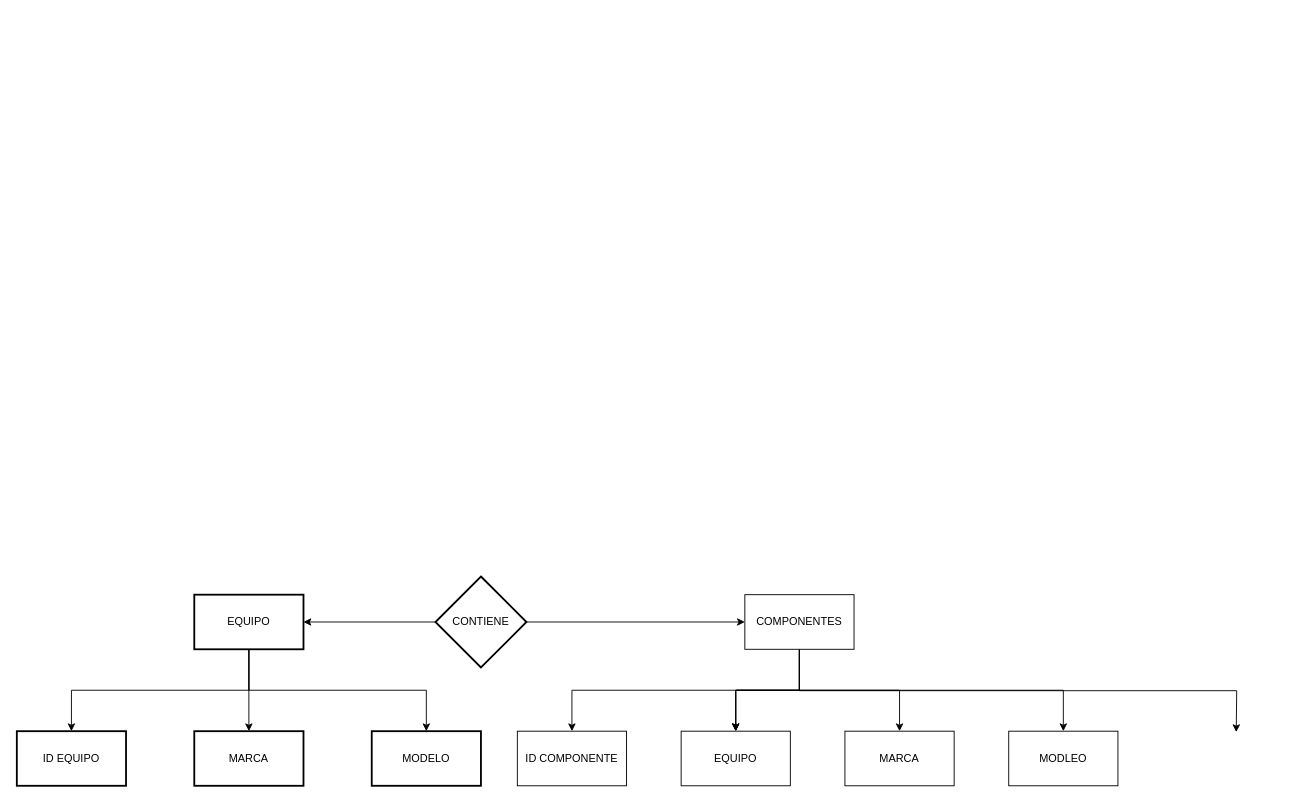
Before: Diagrama sin gg.drawio in igimenom/castores, a draw.io diagram. Source tidied: cells renumbered, new cells numbered last; positions are measured from the earlier drawing's top-left corner, leaving out a move shared by most shapes. Both pictures are drawn from the tidied source at 91%, with x=0, y=0 at pixel (16, 576).
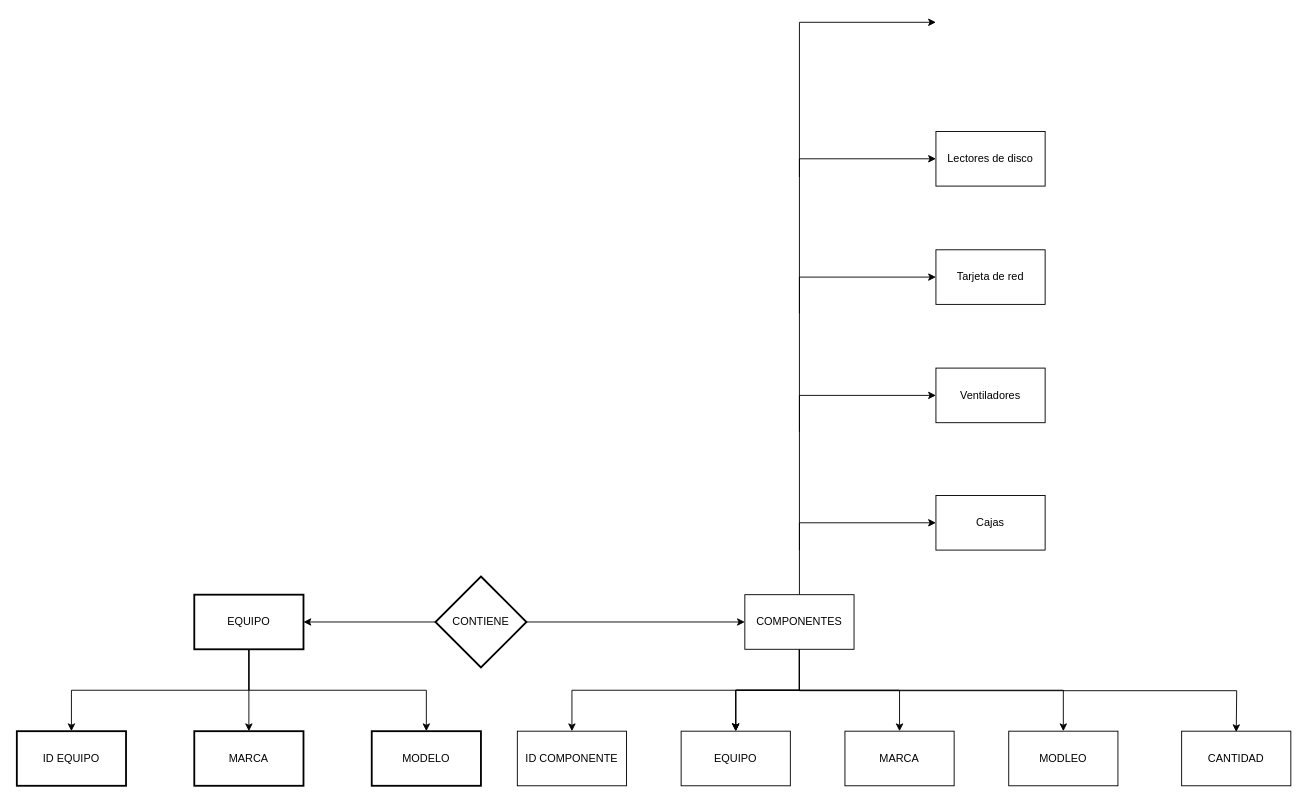
After the change.

The change refers to these unchanged cells:
```xml
<mxCell id="12" value="COMPONENTES" style="rounded=0;whiteSpace=wrap;html=1;" parent="1" vertex="1">
  <mxGeometry x="800" y="20" width="120" height="60" as="geometry" />
</mxCell>
```

Diff of the diagram source:
```diff
@@
+    <mxCell id="24" style="edgeStyle=orthogonalEdgeStyle;rounded=0;jettySize=auto;html=1;" parent="1" edge="1" source="12">
+      <mxGeometry relative="1" as="geometry">
+        <mxPoint x="1010" y="-59" as="targetPoint" />
+        <Array as="points">
+          <mxPoint x="860" y="-59" />
+        </Array>
+      </mxGeometry>
+    </mxCell>
@@
+    <mxCell id="25" value="CANTIDAD" style="whiteSpace=wrap;html=1;rounded=0;" parent="1" vertex="1">
+      <mxGeometry x="1280" y="170" width="120" height="60" as="geometry" />
+    </mxCell>
+    <mxCell id="26" value="Cajas" style="rounded=0;whiteSpace=wrap;html=1;" parent="1" vertex="1">
+      <mxGeometry x="1010" y="-89" width="120" height="60" as="geometry" />
+    </mxCell>
+    <mxCell id="27" style="edgeStyle=orthogonalEdgeStyle;rounded=0;orthogonalLoop=1;jettySize=auto;html=1;" parent="1" edge="1">
+      <mxGeometry relative="1" as="geometry">
+        <mxPoint x="860" y="-29" as="sourcePoint" />
+        <mxPoint x="1010" y="-199" as="targetPoint" />
+        <Array as="points">
+          <mxPoint x="860" y="-199" />
+        </Array>
+      </mxGeometry>
+    </mxCell>
+    <mxCell id="28" value="Ventiladores" style="rounded=0;whiteSpace=wrap;html=1;" parent="1" vertex="1">
+      <mxGeometry x="1010" y="-229" width="120" height="60" as="geometry" />
+    </mxCell>
+    <mxCell id="29" style="edgeStyle=orthogonalEdgeStyle;rounded=0;orthogonalLoop=1;jettySize=auto;html=1;" parent="1" edge="1">
+      <mxGeometry relative="1" as="geometry">
+        <mxPoint x="860" y="-159" as="sourcePoint" />
+        <mxPoint x="1010" y="-329" as="targetPoint" />
+        <Array as="points">
+          <mxPoint x="860" y="-329" />
+        </Array>
+      </mxGeometry>
+    </mxCell>
+    <mxCell id="30" value="Tarjeta de red" style="rounded=0;whiteSpace=wrap;html=1;" parent="1" vertex="1">
+      <mxGeometry x="1010" y="-359" width="120" height="60" as="geometry" />
+    </mxCell>
+    <mxCell id="31" style="edgeStyle=orthogonalEdgeStyle;rounded=0;orthogonalLoop=1;jettySize=auto;html=1;" parent="1" edge="1">
+      <mxGeometry relative="1" as="geometry">
+        <mxPoint x="860" y="-289" as="sourcePoint" />
+        <mxPoint x="1010" y="-459" as="targetPoint" />
+        <Array as="points">
+          <mxPoint x="860" y="-459" />
+        </Array>
+      </mxGeometry>
+    </mxCell>
+    <mxCell id="32" value="Lectores de disco" style="rounded=0;whiteSpace=wrap;html=1;" parent="1" vertex="1">
+      <mxGeometry x="1010" y="-489" width="120" height="60" as="geometry" />
+    </mxCell>
+    <mxCell id="33" style="edgeStyle=orthogonalEdgeStyle;rounded=0;orthogonalLoop=1;jettySize=auto;html=1;" parent="1" edge="1">
+      <mxGeometry relative="1" as="geometry">
+        <mxPoint x="860" y="-439" as="sourcePoint" />
+        <mxPoint x="1010" y="-609" as="targetPoint" />
+        <Array as="points">
+          <mxPoint x="860" y="-609" />
+        </Array>
+      </mxGeometry>
+    </mxCell>
```
